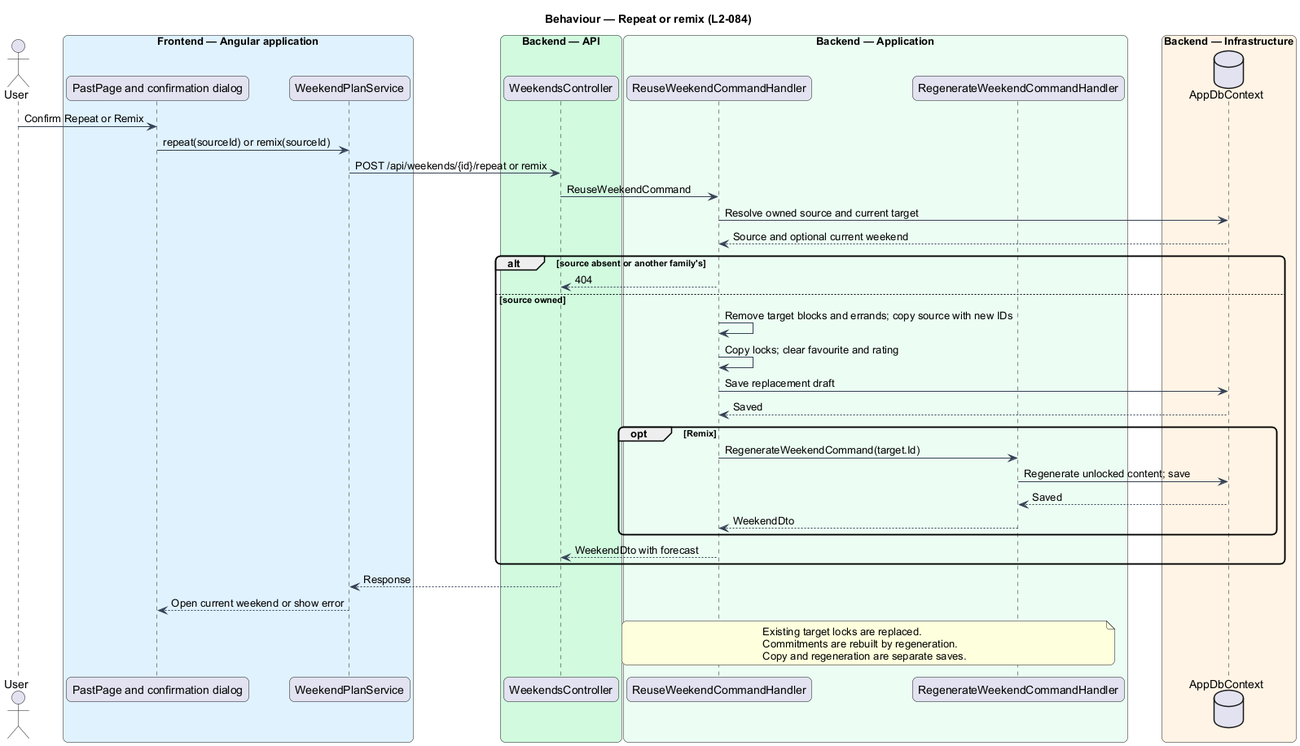
Before: docs/detailed-designs/weekend-planning/browse-saved-weekends/diagrams/sequence-reuse.png, a diagram exported from PlantUML (QuinntyneBrown/saturdaze).
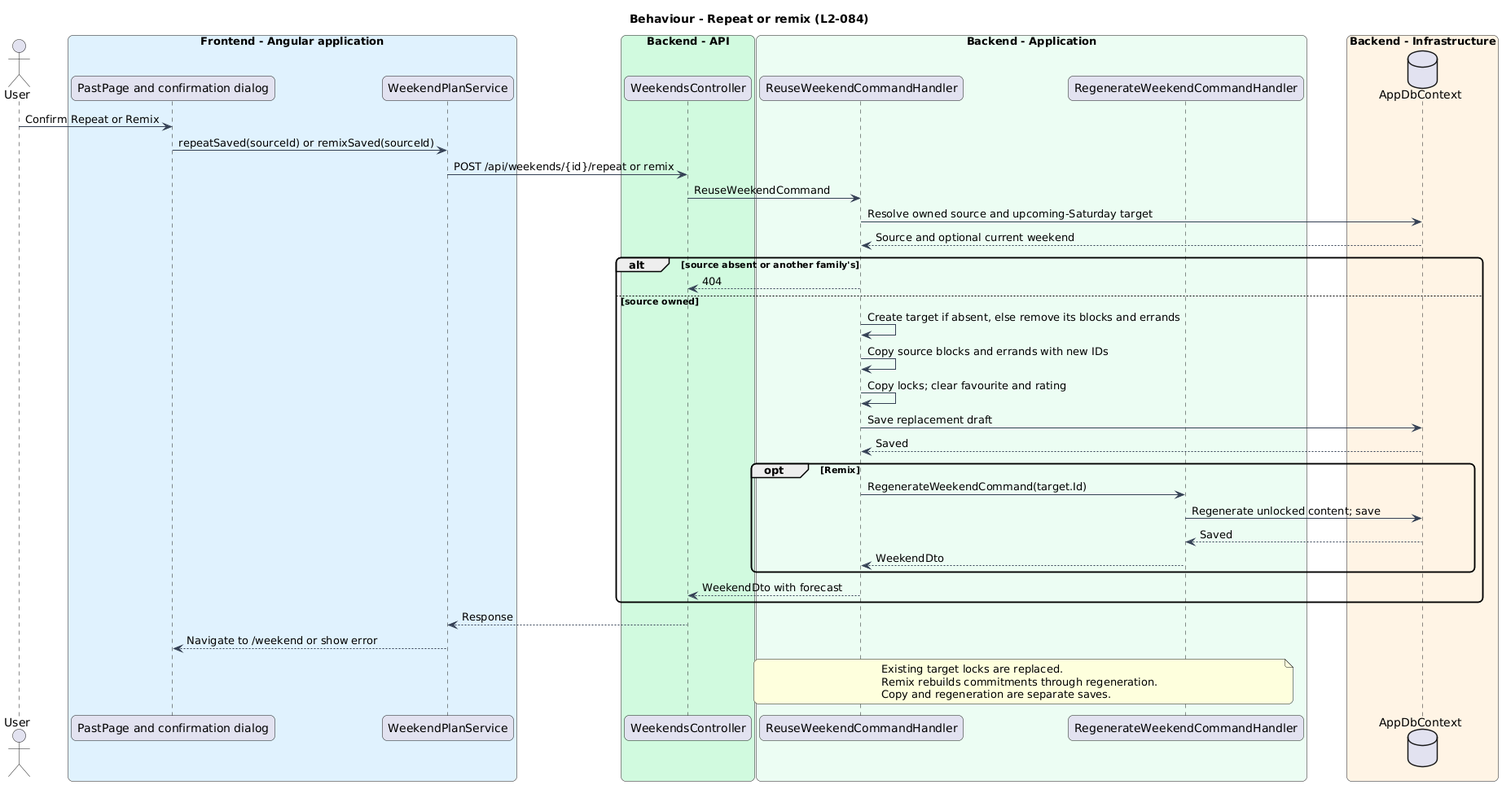
Above is the later version.

The edit, as a diff of the source:
```diff
@@ -5,32 +5,33 @@
 skinparam defaultFontName Arial
 skinparam ArrowColor #344054
 
-title Behaviour — Repeat or remix (L2-084)
+title Behaviour - Repeat or remix (L2-084)
 actor User as actor
-box "Frontend — Angular application" #E0F2FE
+box "Frontend - Angular application" #E0F2FE
  participant "PastPage and confirmation dialog" as page
  participant WeekendPlanService as client
 end box
-box "Backend — API" #D1FADF
+box "Backend - API" #D1FADF
  participant WeekendsController as controller
 end box
-box "Backend — Application" #ECFDF3
+box "Backend - Application" #ECFDF3
  participant ReuseWeekendCommandHandler as handler
  participant RegenerateWeekendCommandHandler as regenerate
 end box
-box "Backend — Infrastructure" #FFF4E5
+box "Backend - Infrastructure" #FFF4E5
  database AppDbContext as db
 end box
 actor -> page : Confirm Repeat or Remix
-page -> client : repeat(sourceId) or remix(sourceId)
+page -> client : repeatSaved(sourceId) or remixSaved(sourceId)
 client -> controller : POST /api/weekends/{id}/repeat or remix
 controller -> handler : ReuseWeekendCommand
-handler -> db : Resolve owned source and current target
+handler -> db : Resolve owned source and upcoming-Saturday target
 db --> handler : Source and optional current weekend
 alt source absent or another family's
  handler --> controller : 404
 else source owned
- handler -> handler : Remove target blocks and errands; copy source with new IDs
+ handler -> handler : Create target if absent, else remove its blocks and errands
+ handler -> handler : Copy source blocks and errands with new IDs
  handler -> handler : Copy locks; clear favourite and rating
  handler -> db : Save replacement draft
  db --> handler : Saved
@@ -43,10 +44,10 @@
  handler --> controller : WeekendDto with forecast
 end
 controller --> client : Response
-client --> page : Open current weekend or show error
+client --> page : Navigate to /weekend or show error
 note over handler, regenerate
 Existing target locks are replaced.
-Commitments are rebuilt by regeneration.
+Remix rebuilds commitments through regeneration.
 Copy and regeneration are separate saves.
 end note
 @enduml
```
